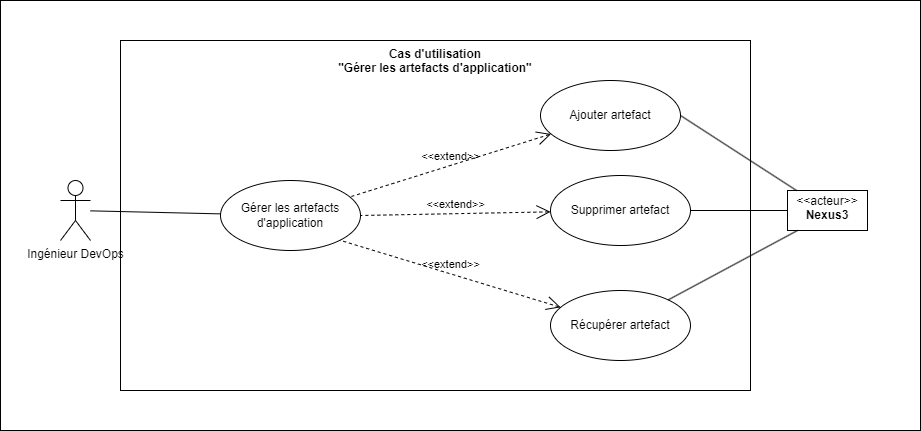
Above: Usecase6.drawio.png in rayenbch/rapport (draw.io), before the change. Source tidied: cells renumbered, new cells last; positions are measured from the earlier drawing's top-left corner, leaving out a move shared by most shapes.
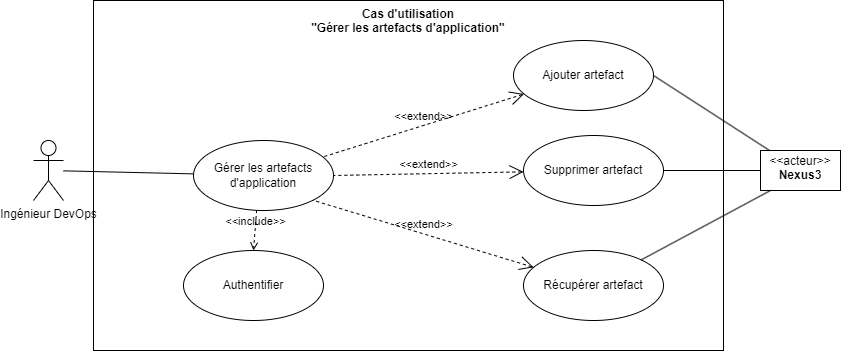
The same file after the commit.

What changed in the source:
```diff
@@ -44,8 +44,11 @@
     <mxCell id="15" style="edgeStyle=none;html=1;endArrow=none;verticalAlign=bottom;rounded=0;entryX=0;entryY=0.5;entryDx=0;entryDy=0;" parent="1" edge="1" source="4" target="12">
       <mxGeometry relative="1" as="geometry" />
     </mxCell>
-    <mxCell id="16" style="rounded=0;whiteSpace=wrap;html=1;fillColor=none;" parent="1" vertex="1">
-      <mxGeometry width="920" height="430" as="geometry" />
-    </mxCell>
+    <mxCell id="17" value="Authentifier" style="ellipse;whiteSpace=wrap;html=1;" parent="1" vertex="1">
+      <mxGeometry x="210" y="290" width="140" height="70" as="geometry" />
+    </mxCell>
+    <mxCell id="18" value="&amp;lt;&amp;lt;include&amp;gt;&amp;gt;" style="edgeStyle=none;html=1;endArrow=open;verticalAlign=bottom;dashed=1;labelBackgroundColor=none;rounded=0;exitX=0.451;exitY=0.994;exitDx=0;exitDy=0;exitPerimeter=0;entryX=0.5;entryY=0;entryDx=0;entryDy=0;" parent="1" edge="1" source="7" target="17">
+      <mxGeometry relative="1" as="geometry" />
+    </mxCell>
   </root>
 </mxGraphModel>
```
